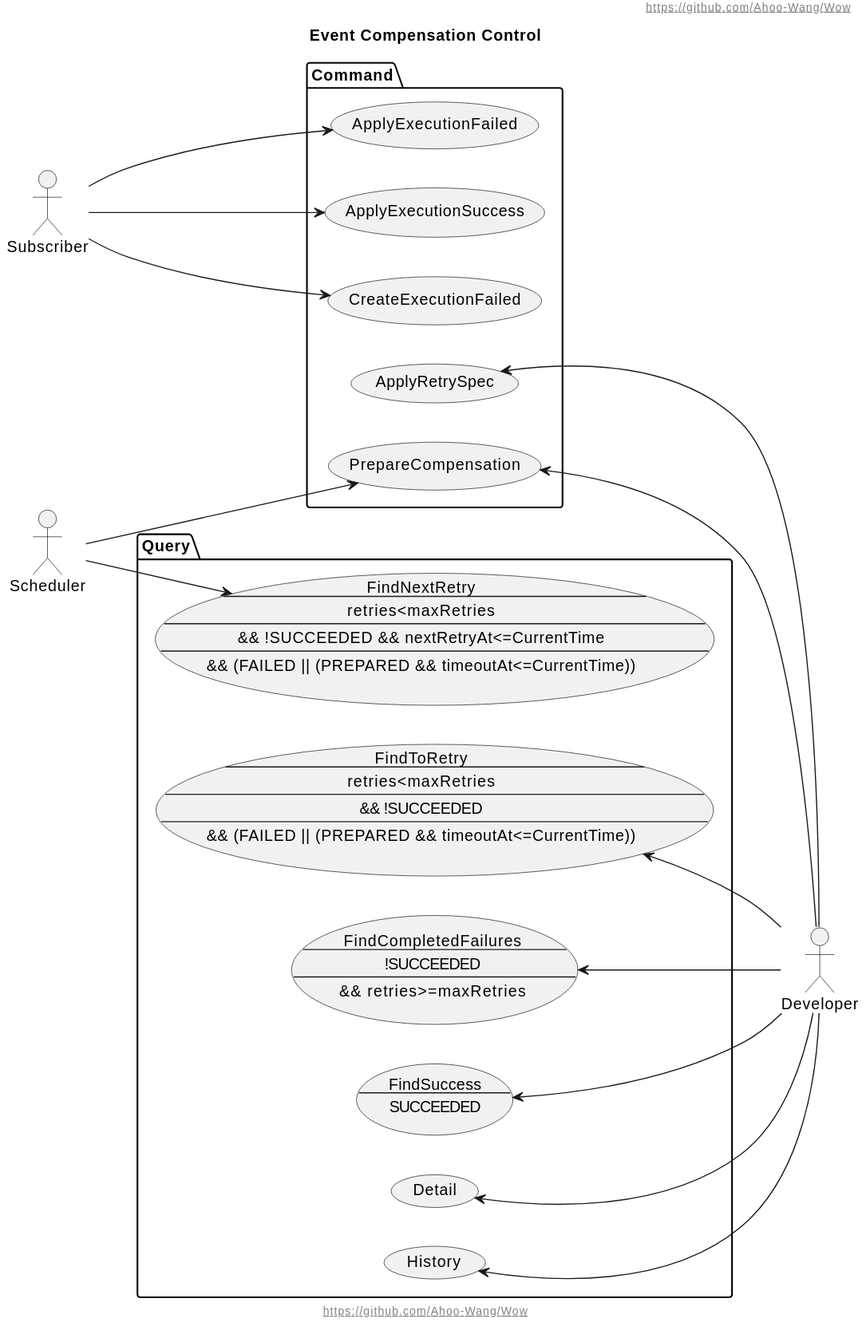
This is document/design/assets/Event-Compensation-UserCase.svg from Ahoo-Wang/Wow, a PlantUML export, as it was before one commit. Source of this version:
```plantuml
@startuml
!include layout.puml
title
Event Compensation Control
end title

left to right direction

actor Subscriber
actor Scheduler
actor Developer

package Query{
    usecase FindNextRetry as "FindNextRetry
    --
    retries<maxRetries
    --
    && !SUCCEEDED && nextRetryAt<=CurrentTime
    --
    && (FAILED || (PREPARED && timeoutAt<=CurrentTime))
    "
    usecase FindToRetry as "FindToRetry
    --
    retries<maxRetries
    --
    && !SUCCEEDED
    --
    && (FAILED || (PREPARED && timeoutAt<=CurrentTime))"
    usecase FindCompletedFailures as "FindCompletedFailures
    --
    !SUCCEEDED
    --
    && retries>=maxRetries"
    usecase FindSuccess as "FindSuccess
    --
    SUCCEEDED"
    usecase Detail
    usecase History
}

package Command{
    usecase CreateExecutionFailed
    usecase PrepareCompensation
    usecase ApplyExecutionFailed
    usecase ApplyRetrySpec
    usecase ApplyExecutionSuccess
}

Subscriber --> CreateExecutionFailed
Subscriber --> ApplyExecutionFailed
Subscriber --> ApplyExecutionSuccess

Scheduler --> FindNextRetry
Scheduler --> PrepareCompensation

FindToRetry <-- Developer
PrepareCompensation <-- Developer
ApplyRetrySpec <-- Developer
FindCompletedFailures <-- Developer
FindSuccess <-- Developer
Detail <-- Developer
History <-- Developer
@enduml
```
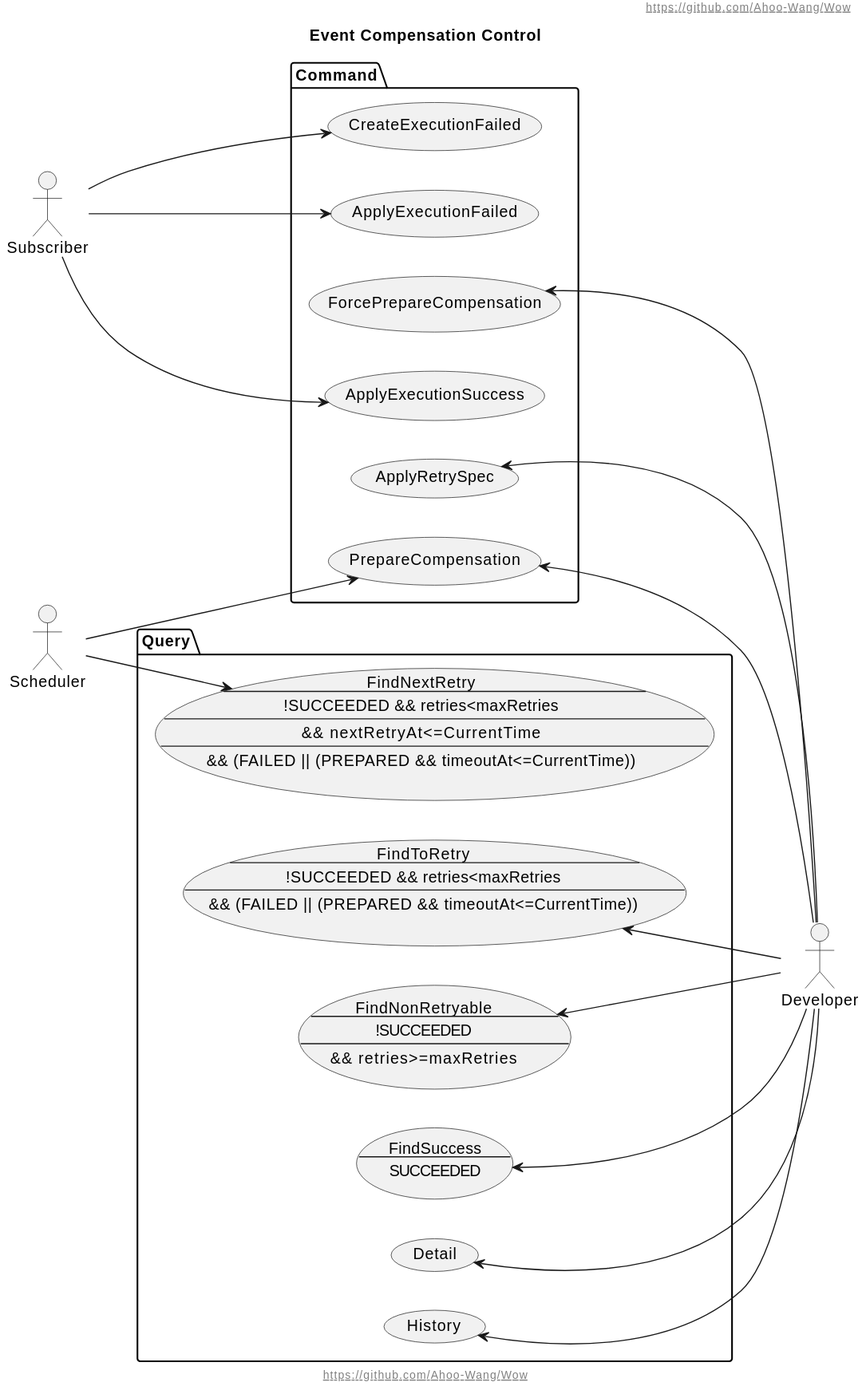
The same file after the commit.

What changed in the source:
```diff
@@ -13,20 +13,18 @@
 package Query{
     usecase FindNextRetry as "FindNextRetry
     --
-    retries<maxRetries
+    !SUCCEEDED && retries<maxRetries
     --
-    && !SUCCEEDED && nextRetryAt<=CurrentTime
+    && nextRetryAt<=CurrentTime
     --
     && (FAILED || (PREPARED && timeoutAt<=CurrentTime))
     "
     usecase FindToRetry as "FindToRetry
     --
-    retries<maxRetries
-    --
-    && !SUCCEEDED
+    !SUCCEEDED && retries<maxRetries
     --
     && (FAILED || (PREPARED && timeoutAt<=CurrentTime))"
-    usecase FindCompletedFailures as "FindCompletedFailures
+    usecase FindNonRetryable as "FindNonRetryable
     --
     !SUCCEEDED
     --
@@ -41,6 +39,7 @@
 package Command{
     usecase CreateExecutionFailed
     usecase PrepareCompensation
+    usecase ForcePrepareCompensation
     usecase ApplyExecutionFailed
     usecase ApplyRetrySpec
     usecase ApplyExecutionSuccess
@@ -55,8 +54,9 @@
 
 FindToRetry <-- Developer
 PrepareCompensation <-- Developer
+ForcePrepareCompensation <-- Developer
 ApplyRetrySpec <-- Developer
-FindCompletedFailures <-- Developer
+FindNonRetryable <-- Developer
 FindSuccess <-- Developer
 Detail <-- Developer
 History <-- Developer
```
